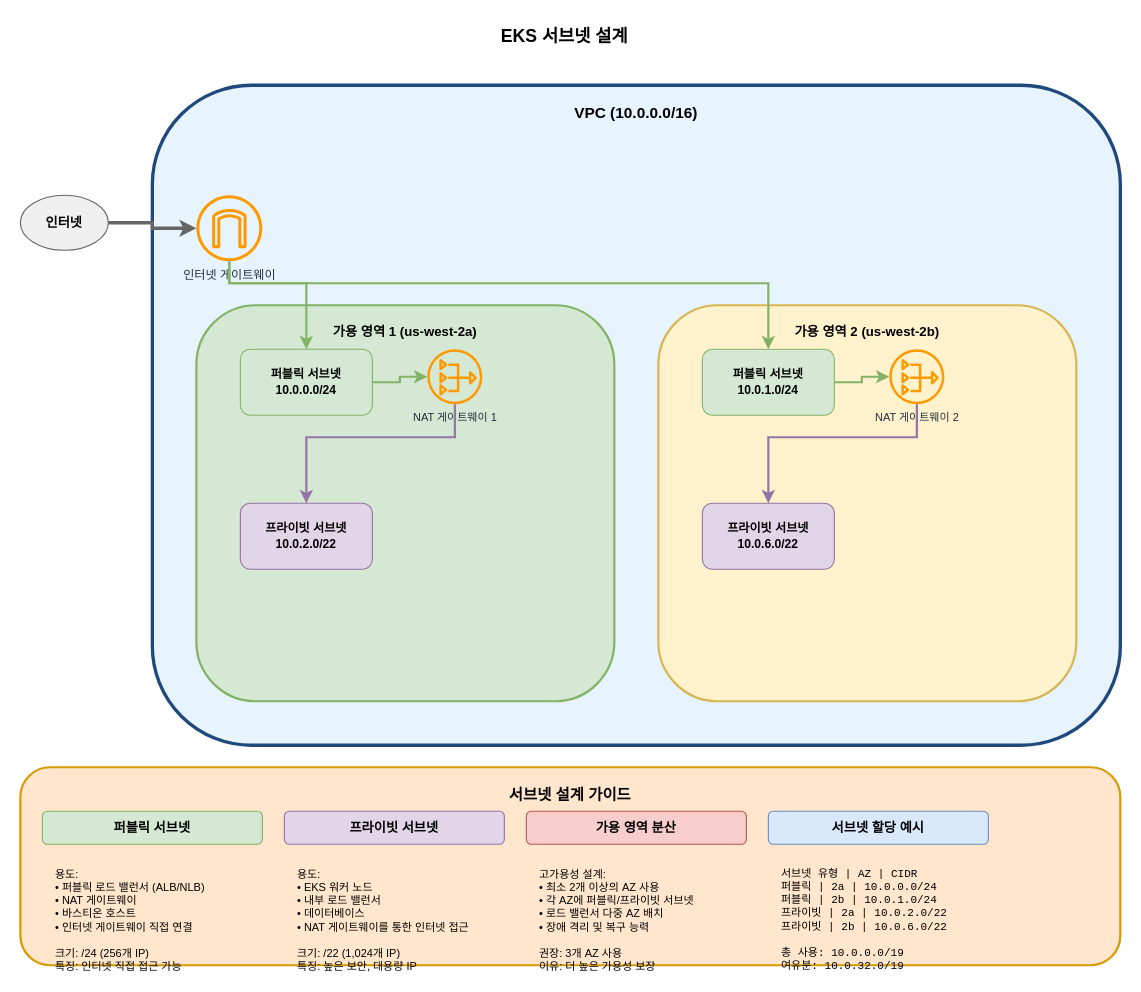
Atom-oh/kubernetes-docs keeps this draw.io diagram as assets/generated-diagrams/eks_subnet_design.drawio. Above is the earlier version. Source tidied: cells renumbered, new cells numbered last; positions are measured from the earlier drawing's top-left corner, leaving out a move shared by most shapes. Both pictures are drawn from the tidied source at 110%, with x=0, y=0 at pixel (20, 19).
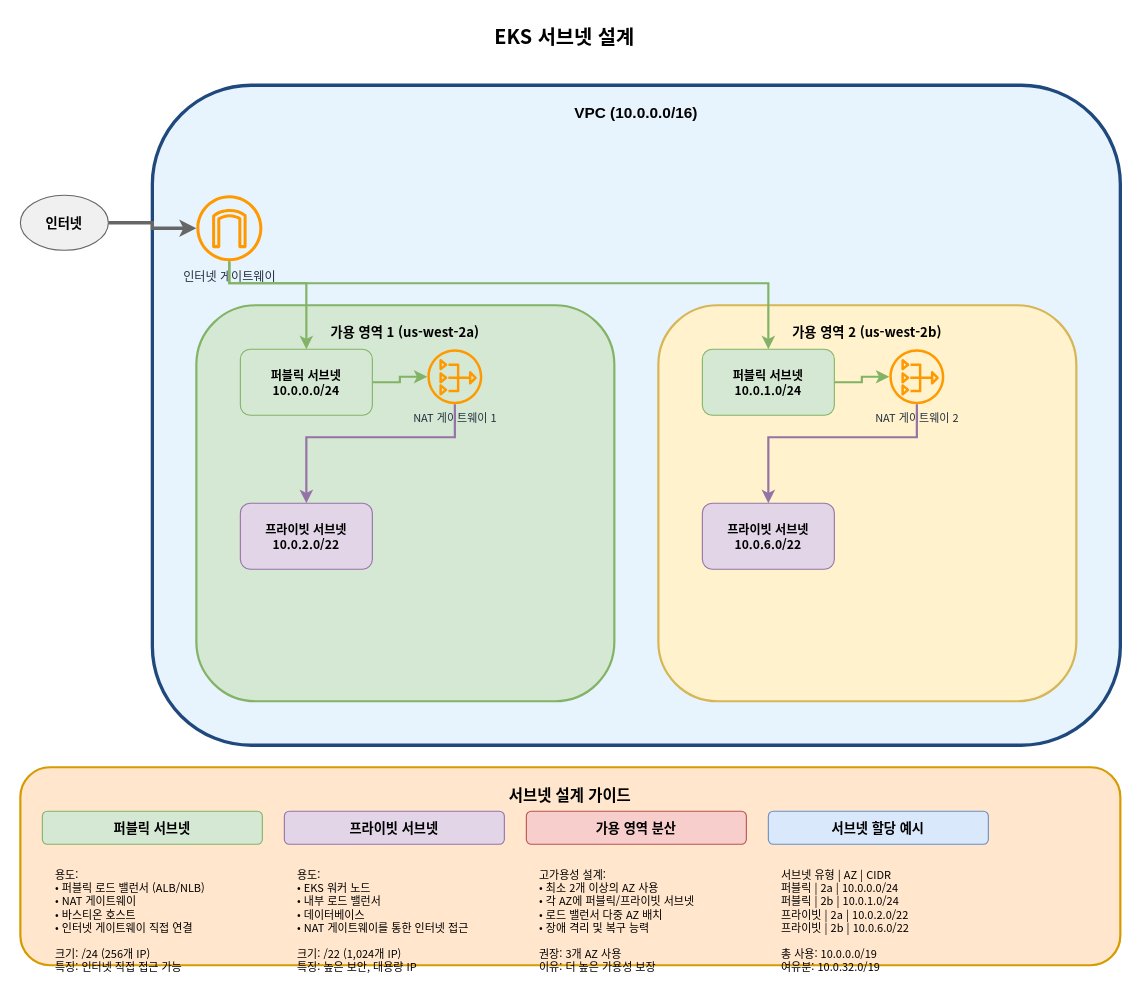
The same page after the edit.

Change to the diagram source:
```diff
@@
-    <mxCell id="2" value="EKS 서브넷 설계" style="text;html=1;strokeColor=none;fillColor=none;align=center;verticalAlign=middle;whiteSpace=wrap;rounded=0;fontSize=16;fontStyle=1;" parent="1" vertex="1">
+    <mxCell id="2" value="EKS 서브넷 설계" style="text;html=1;strokeColor=none;fillColor=none;align=center;verticalAlign=middle;whiteSpace=wrap;rounded=0;fontSize=18;fontStyle=1;fontFamily=Noto Sans CJK KR;" parent="1" vertex="1">
       <mxGeometry x="370" width="250" height="30" as="geometry" />
     </mxCell>
-    <mxCell id="3" value="인터넷" style="ellipse;whiteSpace=wrap;html=1;fillColor=#F0F0F0;strokeColor=#666666;fontSize=12;fontStyle=1;" parent="1" vertex="1">
+    <mxCell id="3" value="인터넷" style="ellipse;whiteSpace=wrap;html=1;fillColor=#F0F0F0;strokeColor=#666666;fontSize=12;fontStyle=1;fontFamily=Noto Sans CJK KR;" parent="1" vertex="1">
       <mxGeometry y="160" width="80" height="50" as="geometry" />
     </mxCell>
@@
-    <mxCell id="5" value="인터넷 게이트웨이" style="sketch=0;outlineConnect=0;fontColor=#232F3E;gradientColor=none;fillColor=#FF9900;strokeColor=none;dashed=0;verticalLabelPosition=bottom;verticalAlign=top;align=center;html=1;fontSize=11;fontStyle=0;shape=mxgraph.aws4.internet_gateway;" parent="1" vertex="1">
+    <mxCell id="5" value="인터넷 게이트웨이" style="sketch=0;outlineConnect=0;fontColor=#232F3E;gradientColor=none;fillColor=#FF9900;strokeColor=none;dashed=0;verticalLabelPosition=bottom;verticalAlign=top;align=center;html=1;fontSize=11;fontStyle=0;shape=mxgraph.aws4.internet_gateway;strokeWidth=2;fontFamily=Noto Sans CJK KR;" parent="1" vertex="1">
       <mxGeometry x="160" y="160" width="60" height="60" as="geometry" />
     </mxCell>
-    <mxCell id="6" value="가용 영역 1 (us-west-2a)" style="rounded=1;whiteSpace=wrap;html=1;fillColor=#D5E8D4;strokeColor=#82B366;strokeWidth=2;fontSize=12;fontStyle=1;verticalAlign=top;spacingTop=10;" parent="1" vertex="1">
+    <mxCell id="6" value="가용 영역 1 (us-west-2a)" style="rounded=1;whiteSpace=wrap;html=1;fillColor=#D5E8D4;strokeColor=#82B366;strokeWidth=2;fontSize=12;fontStyle=1;verticalAlign=top;spacingTop=10;fontFamily=Noto Sans CJK KR;" parent="1" vertex="1">
       <mxGeometry x="160" y="260" width="380" height="360" as="geometry" />
     </mxCell>
-    <mxCell id="7" value="가용 영역 2 (us-west-2b)" style="rounded=1;whiteSpace=wrap;html=1;fillColor=#FFF2CC;strokeColor=#D6B656;strokeWidth=2;fontSize=12;fontStyle=1;verticalAlign=top;spacingTop=10;" parent="1" vertex="1">
+    <mxCell id="7" value="가용 영역 2 (us-west-2b)" style="rounded=1;whiteSpace=wrap;html=1;fillColor=#FFF2CC;strokeColor=#D6B656;strokeWidth=2;fontSize=12;fontStyle=1;verticalAlign=top;spacingTop=10;fontFamily=Noto Sans CJK KR;" parent="1" vertex="1">
       <mxGeometry x="580" y="260" width="380" height="360" as="geometry" />
     </mxCell>
-    <mxCell id="8" value="퍼블릭 서브넷&#10;10.0.0.0/24" style="rounded=1;whiteSpace=wrap;html=1;fillColor=#D5E8D4;strokeColor=#82B366;fontSize=11;fontStyle=1;" parent="1" vertex="1">
+    <mxCell id="8" value="퍼블릭 서브넷&#10;10.0.0.0/24" style="rounded=1;whiteSpace=wrap;html=1;fillColor=#D5E8D4;strokeColor=#82B366;fontSize=11;fontStyle=1;fontFamily=Noto Sans CJK KR;" parent="1" vertex="1">
       <mxGeometry x="200" y="300" width="120" height="60" as="geometry" />
     </mxCell>
-    <mxCell id="9" value="프라이빗 서브넷&#10;10.0.2.0/22" style="rounded=1;whiteSpace=wrap;html=1;fillColor=#E1D5E7;strokeColor=#9673A6;fontSize=11;fontStyle=1;" parent="1" vertex="1">
+    <mxCell id="9" value="프라이빗 서브넷&#10;10.0.2.0/22" style="rounded=1;whiteSpace=wrap;html=1;fillColor=#E1D5E7;strokeColor=#9673A6;fontSize=11;fontStyle=1;fontFamily=Noto Sans CJK KR;" parent="1" vertex="1">
       <mxGeometry x="200" y="440" width="120" height="60" as="geometry" />
     </mxCell>
-    <mxCell id="10" value="퍼블릭 서브넷&#10;10.0.1.0/24" style="rounded=1;whiteSpace=wrap;html=1;fillColor=#D5E8D4;strokeColor=#82B366;fontSize=11;fontStyle=1;" parent="1" vertex="1">
+    <mxCell id="10" value="퍼블릭 서브넷&#10;10.0.1.0/24" style="rounded=1;whiteSpace=wrap;html=1;fillColor=#D5E8D4;strokeColor=#82B366;fontSize=11;fontStyle=1;fontFamily=Noto Sans CJK KR;" parent="1" vertex="1">
       <mxGeometry x="620" y="300" width="120" height="60" as="geometry" />
     </mxCell>
-    <mxCell id="11" value="프라이빗 서브넷&#10;10.0.6.0/22" style="rounded=1;whiteSpace=wrap;html=1;fillColor=#E1D5E7;strokeColor=#9673A6;fontSize=11;fontStyle=1;" parent="1" vertex="1">
+    <mxCell id="11" value="프라이빗 서브넷&#10;10.0.6.0/22" style="rounded=1;whiteSpace=wrap;html=1;fillColor=#E1D5E7;strokeColor=#9673A6;fontSize=11;fontStyle=1;fontFamily=Noto Sans CJK KR;" parent="1" vertex="1">
       <mxGeometry x="620" y="440" width="120" height="60" as="geometry" />
     </mxCell>
-    <mxCell id="12" value="NAT 게이트웨이 1" style="sketch=0;outlineConnect=0;fontColor=#232F3E;gradientColor=none;fillColor=#FF9900;strokeColor=none;dashed=0;verticalLabelPosition=bottom;verticalAlign=top;align=center;html=1;fontSize=10;fontStyle=0;shape=mxgraph.aws4.nat_gateway;" parent="1" vertex="1">
+    <mxCell id="12" value="NAT 게이트웨이 1" style="sketch=0;outlineConnect=0;fontColor=#232F3E;gradientColor=none;fillColor=#FF9900;strokeColor=none;dashed=0;verticalLabelPosition=bottom;verticalAlign=top;align=center;html=1;fontSize=10;fontStyle=0;shape=mxgraph.aws4.nat_gateway;strokeWidth=2;fontFamily=Noto Sans CJK KR;" parent="1" vertex="1">
       <mxGeometry x="370" y="300" width="50" height="50" as="geometry" />
     </mxCell>
-    <mxCell id="13" value="NAT 게이트웨이 2" style="sketch=0;outlineConnect=0;fontColor=#232F3E;gradientColor=none;fillColor=#FF9900;strokeColor=none;dashed=0;verticalLabelPosition=bottom;verticalAlign=top;align=center;html=1;fontSize=10;fontStyle=0;shape=mxgraph.aws4.nat_gateway;" parent="1" vertex="1">
+    <mxCell id="13" value="NAT 게이트웨이 2" style="sketch=0;outlineConnect=0;fontColor=#232F3E;gradientColor=none;fillColor=#FF9900;strokeColor=none;dashed=0;verticalLabelPosition=bottom;verticalAlign=top;align=center;html=1;fontSize=10;fontStyle=0;shape=mxgraph.aws4.nat_gateway;strokeWidth=2;fontFamily=Noto Sans CJK KR;" parent="1" vertex="1">
       <mxGeometry x="790" y="300" width="50" height="50" as="geometry" />
     </mxCell>
-    <mxCell id="14" value="서브넷 설계 가이드" style="rounded=1;whiteSpace=wrap;html=1;fillColor=#FFE6CC;strokeColor=#D79B00;strokeWidth=2;fontSize=14;fontStyle=1;verticalAlign=top;spacingTop=10;" parent="1" vertex="1">
+    <mxCell id="14" value="서브넷 설계 가이드" style="rounded=1;whiteSpace=wrap;html=1;fillColor=#FFE6CC;strokeColor=#D79B00;strokeWidth=2;fontSize=14;fontStyle=1;verticalAlign=top;spacingTop=10;fontFamily=Noto Sans CJK KR;" parent="1" vertex="1">
       <mxGeometry y="680" width="1000" height="180" as="geometry" />
     </mxCell>
-    <mxCell id="15" value="퍼블릭 서브넷" style="rounded=1;whiteSpace=wrap;html=1;fillColor=#D5E8D4;strokeColor=#82B366;fontSize=12;fontStyle=1;" parent="1" vertex="1">
+    <mxCell id="15" value="퍼블릭 서브넷" style="rounded=1;whiteSpace=wrap;html=1;fillColor=#D5E8D4;strokeColor=#82B366;fontSize=12;fontStyle=1;fontFamily=Noto Sans CJK KR;" parent="1" vertex="1">
       <mxGeometry x="20" y="720" width="200" height="30" as="geometry" />
     </mxCell>
-    <mxCell id="16" value="용도:&#10;• 퍼블릭 로드 밸런서 (ALB/NLB)&#10;• NAT 게이트웨이&#10;• 바스티온 호스트&#10;• 인터넷 게이트웨이 직접 연결&#10;&#10;크기: /24 (256개 IP)&#10;특징: 인터넷 직접 접근 가능" style="text;html=1;strokeColor=none;fillColor=none;align=left;verticalAlign=top;whiteSpace=wrap;rounded=0;fontSize=10;spacingTop=5;spacingLeft=10;" parent="1" vertex="1">
+    <mxCell id="16" value="용도:&#10;• 퍼블릭 로드 밸런서 (ALB/NLB)&#10;• NAT 게이트웨이&#10;• 바스티온 호스트&#10;• 인터넷 게이트웨이 직접 연결&#10;&#10;크기: /24 (256개 IP)&#10;특징: 인터넷 직접 접근 가능" style="text;html=1;strokeColor=none;fillColor=none;align=left;verticalAlign=top;whiteSpace=wrap;rounded=0;fontSize=10;spacingTop=5;spacingLeft=10;strokeWidth=2;fontFamily=Noto Sans CJK KR;" parent="1" vertex="1">
       <mxGeometry x="20" y="760" width="200" height="90" as="geometry" />
     </mxCell>
-    <mxCell id="17" value="프라이빗 서브넷" style="rounded=1;whiteSpace=wrap;html=1;fillColor=#E1D5E7;strokeColor=#9673A6;fontSize=12;fontStyle=1;" parent="1" vertex="1">
+    <mxCell id="17" value="프라이빗 서브넷" style="rounded=1;whiteSpace=wrap;html=1;fillColor=#E1D5E7;strokeColor=#9673A6;fontSize=12;fontStyle=1;fontFamily=Noto Sans CJK KR;" parent="1" vertex="1">
       <mxGeometry x="240" y="720" width="200" height="30" as="geometry" />
     </mxCell>
-    <mxCell id="18" value="용도:&#10;• EKS 워커 노드&#10;• 내부 로드 밸런서&#10;• 데이터베이스&#10;• NAT 게이트웨이를 통한 인터넷 접근&#10;&#10;크기: /22 (1,024개 IP)&#10;특징: 높은 보안, 대용량 IP" style="text;html=1;strokeColor=none;fillColor=none;align=left;verticalAlign=top;whiteSpace=wrap;rounded=0;fontSize=10;spacingTop=5;spacingLeft=10;" parent="1" vertex="1">
+    <mxCell id="18" value="용도:&#10;• EKS 워커 노드&#10;• 내부 로드 밸런서&#10;• 데이터베이스&#10;• NAT 게이트웨이를 통한 인터넷 접근&#10;&#10;크기: /22 (1,024개 IP)&#10;특징: 높은 보안, 대용량 IP" style="text;html=1;strokeColor=none;fillColor=none;align=left;verticalAlign=top;whiteSpace=wrap;rounded=0;fontSize=10;spacingTop=5;spacingLeft=10;strokeWidth=2;fontFamily=Noto Sans CJK KR;" parent="1" vertex="1">
       <mxGeometry x="240" y="760" width="200" height="90" as="geometry" />
     </mxCell>
-    <mxCell id="19" value="가용 영역 분산" style="rounded=1;whiteSpace=wrap;html=1;fillColor=#F8CECC;strokeColor=#B85450;fontSize=12;fontStyle=1;" parent="1" vertex="1">
+    <mxCell id="19" value="가용 영역 분산" style="rounded=1;whiteSpace=wrap;html=1;fillColor=#F8CECC;strokeColor=#B85450;fontSize=12;fontStyle=1;fontFamily=Noto Sans CJK KR;" parent="1" vertex="1">
       <mxGeometry x="460" y="720" width="200" height="30" as="geometry" />
     </mxCell>
-    <mxCell id="20" value="고가용성 설계:&#10;• 최소 2개 이상의 AZ 사용&#10;• 각 AZ에 퍼블릭/프라이빗 서브넷&#10;• 로드 밸런서 다중 AZ 배치&#10;• 장애 격리 및 복구 능력&#10;&#10;권장: 3개 AZ 사용&#10;이유: 더 높은 가용성 보장" style="text;html=1;strokeColor=none;fillColor=none;align=left;verticalAlign=top;whiteSpace=wrap;rounded=0;fontSize=10;spacingTop=5;spacingLeft=10;" parent="1" vertex="1">
+    <mxCell id="20" value="고가용성 설계:&#10;• 최소 2개 이상의 AZ 사용&#10;• 각 AZ에 퍼블릭/프라이빗 서브넷&#10;• 로드 밸런서 다중 AZ 배치&#10;• 장애 격리 및 복구 능력&#10;&#10;권장: 3개 AZ 사용&#10;이유: 더 높은 가용성 보장" style="text;html=1;strokeColor=none;fillColor=none;align=left;verticalAlign=top;whiteSpace=wrap;rounded=0;fontSize=10;spacingTop=5;spacingLeft=10;strokeWidth=2;fontFamily=Noto Sans CJK KR;" parent="1" vertex="1">
       <mxGeometry x="460" y="760" width="200" height="90" as="geometry" />
     </mxCell>
-    <mxCell id="21" value="서브넷 할당 예시" style="rounded=1;whiteSpace=wrap;html=1;fillColor=#DAE8FC;strokeColor=#6C8EBF;fontSize=12;fontStyle=1;" parent="1" vertex="1">
+    <mxCell id="21" value="서브넷 할당 예시" style="rounded=1;whiteSpace=wrap;html=1;fillColor=#DAE8FC;strokeColor=#6C8EBF;fontSize=12;fontStyle=1;fontFamily=Noto Sans CJK KR;" parent="1" vertex="1">
       <mxGeometry x="680" y="720" width="200" height="30" as="geometry" />
     </mxCell>
-    <mxCell id="22" value="서브넷 유형 | AZ | CIDR&#10;퍼블릭 | 2a | 10.0.0.0/24&#10;퍼블릭 | 2b | 10.0.1.0/24&#10;프라이빗 | 2a | 10.0.2.0/22&#10;프라이빗 | 2b | 10.0.6.0/22&#10;&#10;총 사용: 10.0.0.0/19&#10;여유분: 10.0.32.0/19" style="text;html=1;strokeColor=none;fillColor=none;align=left;verticalAlign=top;whiteSpace=wrap;rounded=0;fontSize=10;fontFamily=Courier New;spacingTop=5;spacingLeft=10;" parent="1" vertex="1">
+    <mxCell id="22" value="서브넷 유형 | AZ | CIDR&#10;퍼블릭 | 2a | 10.0.0.0/24&#10;퍼블릭 | 2b | 10.0.1.0/24&#10;프라이빗 | 2a | 10.0.2.0/22&#10;프라이빗 | 2b | 10.0.6.0/22&#10;&#10;총 사용: 10.0.0.0/19&#10;여유분: 10.0.32.0/19" style="text;html=1;strokeColor=none;fillColor=none;align=left;verticalAlign=top;whiteSpace=wrap;rounded=0;fontSize=10;fontFamily=Noto Sans CJK KR;spacingTop=5;spacingLeft=10;strokeWidth=2;" parent="1" vertex="1">
       <mxGeometry x="680" y="760" width="200" height="90" as="geometry" />
     </mxCell>
```
